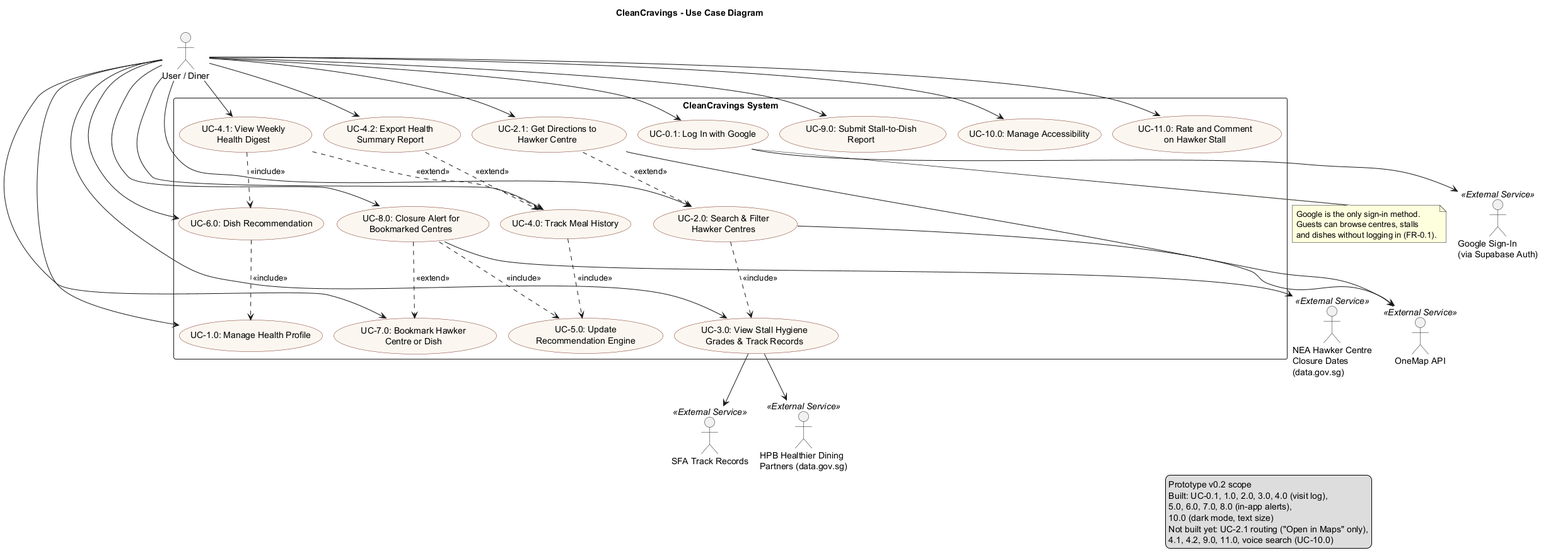
Above: docs/diagrams/CleanCravings_UseCaseDiagram.png in ExoticTrunks/cleancravings (PlantUML), before the change.
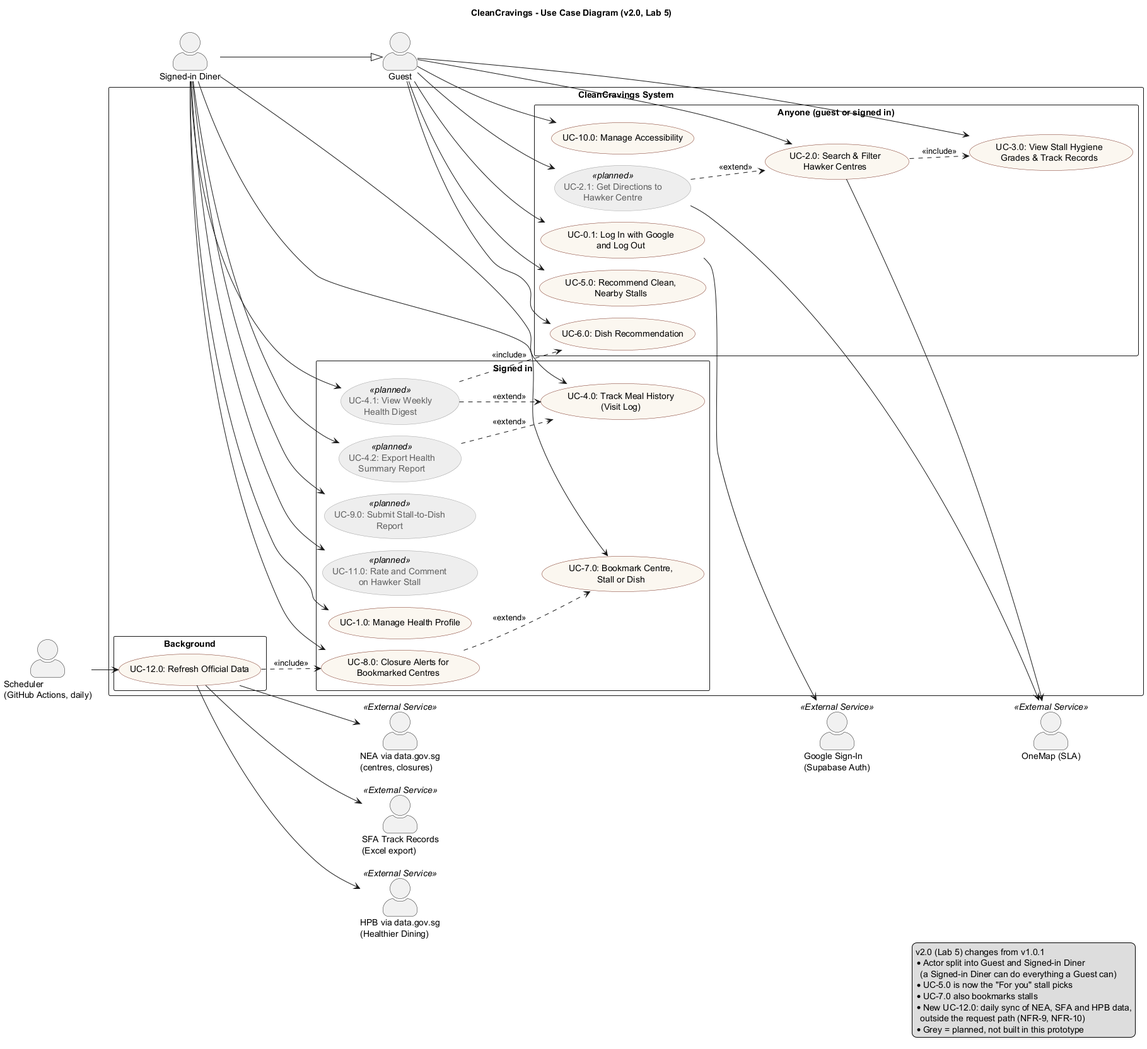
The same diagram one commit later.

Diff of the diagram source:
```diff
@@ -1,82 +1,96 @@
 @startuml CleanCravings_UseCaseDiagram
 !pragma layout smetana
-title CleanCravings - Use Case Diagram
+title CleanCravings - Use Case Diagram (v2.0, Lab 5)
 skinparam shadowing false
 skinparam packageStyle rectangle
+skinparam actorStyle awesome
+left to right direction
 skinparam usecase {
   BackgroundColor #FBF7F0
   BorderColor #7A2E1F
+  BackgroundColor<<planned>> #EEEEEE
+  BorderColor<<planned>> #9E9E9E
+  FontColor<<planned>> #616161
 }
 
-actor "User / Diner" as User
-actor "Google Sign-In\n(via Supabase Auth)" as Google <<External Service>>
-actor "OneMap API" as OneMap <<External Service>>
-actor "SFA Track Records" as SFA <<External Service>>
-actor "NEA Hawker Centre\nClosure Dates\n(data.gov.sg)" as NEA <<External Service>>
-actor "HPB Healthier Dining\nPartners (data.gov.sg)" as HPB <<External Service>>
+actor "Guest" as Guest
+actor "Signed-in Diner" as Diner
+actor "Scheduler\n(GitHub Actions, daily)" as Scheduler
+actor "Google Sign-In\n(Supabase Auth)" as Google <<External Service>>
+actor "OneMap (SLA)" as OneMap <<External Service>>
+actor "NEA via data.gov.sg\n(centres, closures)" as NEA <<External Service>>
+actor "SFA Track Records\n(Excel export)" as SFA <<External Service>>
+actor "HPB via data.gov.sg\n(Healthier Dining)" as HPB <<External Service>>
+
+Diner -|> Guest
 
 rectangle "CleanCravings System" {
-  usecase "UC-0.1: Log In with Google" as UC01
-  usecase "UC-1.0: Manage Health Profile" as UC10
-  usecase "UC-2.0: Search & Filter\nHawker Centres" as UC20
-  usecase "UC-2.1: Get Directions to\nHawker Centre" as UC21
-  usecase "UC-3.0: View Stall Hygiene\nGrades & Track Records" as UC30
-  usecase "UC-4.0: Track Meal History" as UC40
-  usecase "UC-4.1: View Weekly\nHealth Digest" as UC41
-  usecase "UC-4.2: Export Health\nSummary Report" as UC42
-  usecase "UC-5.0: Update\nRecommendation Engine" as UC50
-  usecase "UC-6.0: Dish Recommendation" as UC60
-  usecase "UC-7.0: Bookmark Hawker\nCentre or Dish" as UC70
-  usecase "UC-8.0: Closure Alert for\nBookmarked Centres" as UC80
-  usecase "UC-9.0: Submit Stall-to-Dish\nReport" as UC90
-  usecase "UC-10.0: Manage Accessibility" as UC100
-  usecase "UC-11.0: Rate and Comment\non Hawker Stall" as UC110
+  package "Anyone (guest or signed in)" {
+    usecase "UC-0.1: Log In with Google\nand Log Out" as UC01
+    usecase "UC-2.0: Search & Filter\nHawker Centres" as UC20
+    usecase "UC-3.0: View Stall Hygiene\nGrades & Track Records" as UC30
+    usecase "UC-5.0: Recommend Clean,\nNearby Stalls" as UC50
+    usecase "UC-6.0: Dish Recommendation" as UC60
+    usecase "UC-10.0: Manage Accessibility" as UC100
+    usecase "UC-2.1: Get Directions to\nHawker Centre" as UC21 <<planned>>
+  }
+  package "Signed in" {
+    usecase "UC-1.0: Manage Health Profile" as UC10
+    usecase "UC-4.0: Track Meal History\n(Visit Log)" as UC40
+    usecase "UC-7.0: Bookmark Centre,\nStall or Dish" as UC70
+    usecase "UC-8.0: Closure Alerts for\nBookmarked Centres" as UC80
+    usecase "UC-4.1: View Weekly\nHealth Digest" as UC41 <<planned>>
+    usecase "UC-4.2: Export Health\nSummary Report" as UC42 <<planned>>
+    usecase "UC-9.0: Submit Stall-to-Dish\nReport" as UC90 <<planned>>
+    usecase "UC-11.0: Rate and Comment\non Hawker Stall" as UC110 <<planned>>
+  }
+  package "Background" {
+    usecase "UC-12.0: Refresh Official Data" as UC120
+  }
 }
 
-User --> UC01
-User --> UC10
-User --> UC20
-User --> UC21
-User --> UC30
-User --> UC40
-User --> UC41
-User --> UC42
-User --> UC60
-User --> UC70
-User --> UC80
-User --> UC90
-User --> UC100
-User --> UC110
+Guest --> UC01
+Guest --> UC20
+Guest --> UC30
+Guest --> UC50
+Guest --> UC60
+Guest --> UC100
+Guest --> UC21
+
+Diner --> UC10
+Diner --> UC40
+Diner --> UC70
+Diner --> UC80
+Diner --> UC41
+Diner --> UC42
+Diner --> UC90
+Diner --> UC110
+
+Scheduler --> UC120
 
 UC01 --> Google
 UC20 --> OneMap
 UC21 --> OneMap
-UC30 --> SFA
-UC30 --> HPB
-UC80 --> NEA
+UC120 --> NEA
+UC120 --> SFA
+UC120 --> HPB
 
 UC20 ..> UC30 : <<include>>
 UC21 ..> UC20 : <<extend>>
-UC40 ..> UC50 : <<include>>
+UC80 ..> UC70 : <<extend>>
+UC120 ..> UC80 : <<include>>
 UC41 ..> UC40 : <<extend>>
 UC42 ..> UC40 : <<extend>>
 UC41 ..> UC60 : <<include>>
-UC60 ..> UC10 : <<include>>
-UC80 ..> UC70 : <<extend>>
-UC80 ..> UC50 : <<include>>
-
-note bottom of UC01
-  Google is the only sign-in method.
-  Guests can browse centres, stalls
-  and dishes without logging in (FR-0.1).
-end note
 
 legend right
-  Prototype v0.2 scope
-  Built: UC-0.1, 1.0, 2.0, 3.0, 4.0 (visit log),
-  5.0, 6.0, 7.0, 8.0 (in-app alerts),
-  10.0 (dark mode, text size)
-  Not built yet: UC-2.1 routing ("Open in Maps" only),
-  4.1, 4.2, 9.0, 11.0, voice search (UC-10.0)
+  v2.0 (Lab 5) changes from v1.0.1
+  * Actor split into Guest and Signed-in Diner
+    (a Signed-in Diner can do everything a Guest can)
+  * UC-5.0 is now the "For you" stall picks
+  * UC-7.0 also bookmarks stalls
+  * New UC-12.0: daily sync of NEA, SFA and HPB data,
+    outside the request path (NFR-9, NFR-10)
+  * Grey = planned, not built in this prototype
 endlegend
 @enduml
```
